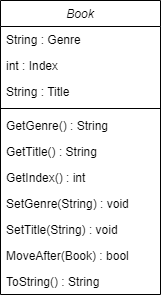
Above: BookUML.png in RedstoneWolf2001/Milestone-Project (draw.io), before the change. Source tidied: cells renumbered, new cells last; positions are measured from the earlier drawing's top-left corner, leaving out a move shared by most shapes. The source it was exported from:
```xml
<mxGraphModel>
  <root>
    <mxCell id="0" />
    <mxCell id="1" parent="0" />
    <mxCell id="2" value="Book" style="swimlane;fontStyle=2;align=center;verticalAlign=top;horizontal=1;startSize=26;rounded=0;shadow=0;strokeWidth=1;fillColor=default;backgroundOutline=0;" parent="1" vertex="1">
      <mxGeometry width="160" height="294" as="geometry" />
    </mxCell>
    <mxCell id="3" value="String : Genre" style="text;align=left;verticalAlign=top;spacingLeft=4;spacingRight=4;overflow=hidden;fillColor=none;" parent="2" vertex="1">
      <mxGeometry y="26" width="160" height="26" as="geometry" />
    </mxCell>
    <mxCell id="4" value="int : Index" style="text;align=left;verticalAlign=top;spacingLeft=4;spacingRight=4;overflow=hidden;rounded=0;shadow=0;html=0;fillColor=none;" parent="2" vertex="1">
      <mxGeometry y="52" width="160" height="26" as="geometry" />
    </mxCell>
    <mxCell id="5" value="String : Title" style="text;align=left;verticalAlign=top;spacingLeft=4;spacingRight=4;overflow=hidden;rounded=0;shadow=0;html=0;" parent="2" vertex="1">
      <mxGeometry y="78" width="160" height="26" as="geometry" />
    </mxCell>
    <mxCell id="6" style="line;html=1;strokeWidth=1;align=left;verticalAlign=middle;spacingTop=-1;spacingLeft=3;spacingRight=3;labelPosition=right;" parent="2" vertex="1">
      <mxGeometry y="104" width="160" height="8" as="geometry" />
    </mxCell>
    <mxCell id="7" value="GetGenre() : String" style="text;align=left;verticalAlign=top;spacingLeft=4;spacingRight=4;overflow=hidden;" parent="2" vertex="1">
      <mxGeometry y="112" width="160" height="26" as="geometry" />
    </mxCell>
    <mxCell id="8" value="GetTitle() : String" style="text;align=left;verticalAlign=top;spacingLeft=4;spacingRight=4;overflow=hidden;" parent="2" vertex="1">
      <mxGeometry y="138" width="160" height="26" as="geometry" />
    </mxCell>
    <mxCell id="9" value="GetIndex() : int" style="text;align=left;verticalAlign=top;spacingLeft=4;spacingRight=4;overflow=hidden;" parent="2" vertex="1">
      <mxGeometry y="164" width="160" height="26" as="geometry" />
    </mxCell>
    <mxCell id="10" value="SetGenre(String) : void" style="text;align=left;verticalAlign=top;spacingLeft=4;spacingRight=4;overflow=hidden;" parent="2" vertex="1">
      <mxGeometry y="190" width="160" height="26" as="geometry" />
    </mxCell>
    <mxCell id="11" value="SetTitle(String) : void" style="text;align=left;verticalAlign=top;spacingLeft=4;spacingRight=4;overflow=hidden;" parent="2" vertex="1">
      <mxGeometry y="216" width="160" height="26" as="geometry" />
    </mxCell>
    <mxCell id="12" value="MoveAfter(Book) : bool" style="text;align=left;verticalAlign=top;spacingLeft=4;spacingRight=4;overflow=hidden;" parent="2" vertex="1">
      <mxGeometry y="242" width="160" height="26" as="geometry" />
    </mxCell>
    <mxCell id="13" value="ToString() : String" style="text;align=left;verticalAlign=top;spacingLeft=4;spacingRight=4;overflow=hidden;" parent="2" vertex="1">
      <mxGeometry y="268" width="160" height="26" as="geometry" />
    </mxCell>
  </root>
</mxGraphModel>
```
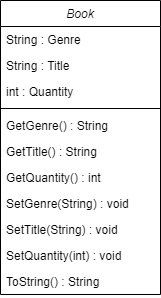
The same diagram one commit later.

Change to the diagram source:
```diff
@@ -8,12 +8,12 @@
     <mxCell id="3" value="String : Genre" style="text;align=left;verticalAlign=top;spacingLeft=4;spacingRight=4;overflow=hidden;fillColor=none;" parent="2" vertex="1">
       <mxGeometry y="26" width="160" height="26" as="geometry" />
     </mxCell>
+    <mxCell id="5" value="String : Title" style="text;align=left;verticalAlign=top;spacingLeft=4;spacingRight=4;overflow=hidden;rounded=0;shadow=0;html=0;" parent="2" vertex="1">
+      <mxGeometry y="52" width="160" height="26" as="geometry" />
+    </mxCell>
-    <mxCell id="4" value="int : Index" style="text;align=left;verticalAlign=top;spacingLeft=4;spacingRight=4;overflow=hidden;rounded=0;shadow=0;html=0;fillColor=none;" parent="2" vertex="1">
-      <mxGeometry y="52" width="160" height="26" as="geometry" />
+    <mxCell id="4" value="int : Quantity" style="text;align=left;verticalAlign=top;spacingLeft=4;spacingRight=4;overflow=hidden;rounded=0;shadow=0;html=0;fillColor=none;" parent="2" vertex="1">
+      <mxGeometry y="78" width="160" height="26" as="geometry" />
     </mxCell>
-    <mxCell id="5" value="String : Title" style="text;align=left;verticalAlign=top;spacingLeft=4;spacingRight=4;overflow=hidden;rounded=0;shadow=0;html=0;" parent="2" vertex="1">
-      <mxGeometry y="78" width="160" height="26" as="geometry" />
-    </mxCell>
     <mxCell id="6" style="line;html=1;strokeWidth=1;align=left;verticalAlign=middle;spacingTop=-1;spacingLeft=3;spacingRight=3;labelPosition=right;" parent="2" vertex="1">
       <mxGeometry y="104" width="160" height="8" as="geometry" />
     </mxCell>
@@ -23,7 +23,7 @@
     <mxCell id="8" value="GetTitle() : String" style="text;align=left;verticalAlign=top;spacingLeft=4;spacingRight=4;overflow=hidden;" parent="2" vertex="1">
       <mxGeometry y="138" width="160" height="26" as="geometry" />
     </mxCell>
-    <mxCell id="9" value="GetIndex() : int" style="text;align=left;verticalAlign=top;spacingLeft=4;spacingRight=4;overflow=hidden;" parent="2" vertex="1">
+    <mxCell id="9" value="GetQuantity() : int" style="text;align=left;verticalAlign=top;spacingLeft=4;spacingRight=4;overflow=hidden;" parent="2" vertex="1">
       <mxGeometry y="164" width="160" height="26" as="geometry" />
     </mxCell>
     <mxCell id="10" value="SetGenre(String) : void" style="text;align=left;verticalAlign=top;spacingLeft=4;spacingRight=4;overflow=hidden;" parent="2" vertex="1">
@@ -32,7 +32,7 @@
     <mxCell id="11" value="SetTitle(String) : void" style="text;align=left;verticalAlign=top;spacingLeft=4;spacingRight=4;overflow=hidden;" parent="2" vertex="1">
       <mxGeometry y="216" width="160" height="26" as="geometry" />
     </mxCell>
-    <mxCell id="12" value="MoveAfter(Book) : bool" style="text;align=left;verticalAlign=top;spacingLeft=4;spacingRight=4;overflow=hidden;" parent="2" vertex="1">
+    <mxCell id="12" value="SetQuantity(int) : void" style="text;align=left;verticalAlign=top;spacingLeft=4;spacingRight=4;overflow=hidden;" parent="2" vertex="1">
       <mxGeometry y="242" width="160" height="26" as="geometry" />
     </mxCell>
     <mxCell id="13" value="ToString() : String" style="text;align=left;verticalAlign=top;spacingLeft=4;spacingRight=4;overflow=hidden;" parent="2" vertex="1">
```
